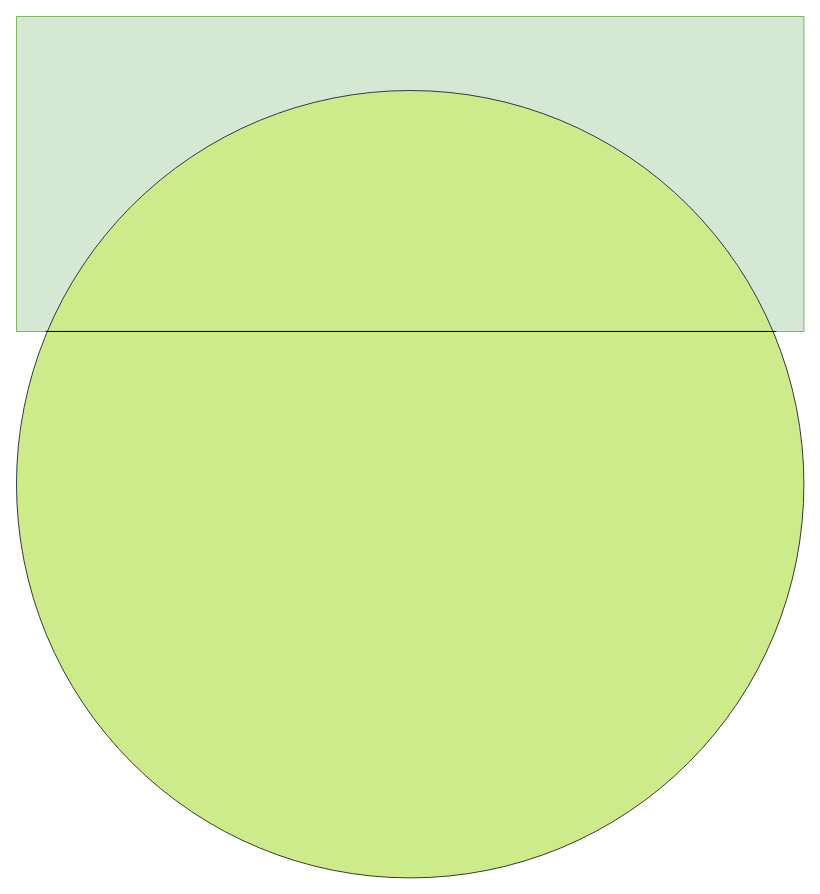
The draw.io diagram BF_ratioed.drawio in eldritch-bender/DRBG, before the edit. Source tidied: cells renumbered, new cells numbered last; positions are measured from the earlier drawing's top-left corner, leaving out a move shared by most shapes. Both pictures are drawn from the tidied source at 100%, with x=0, y=0 at pixel (16, 16).
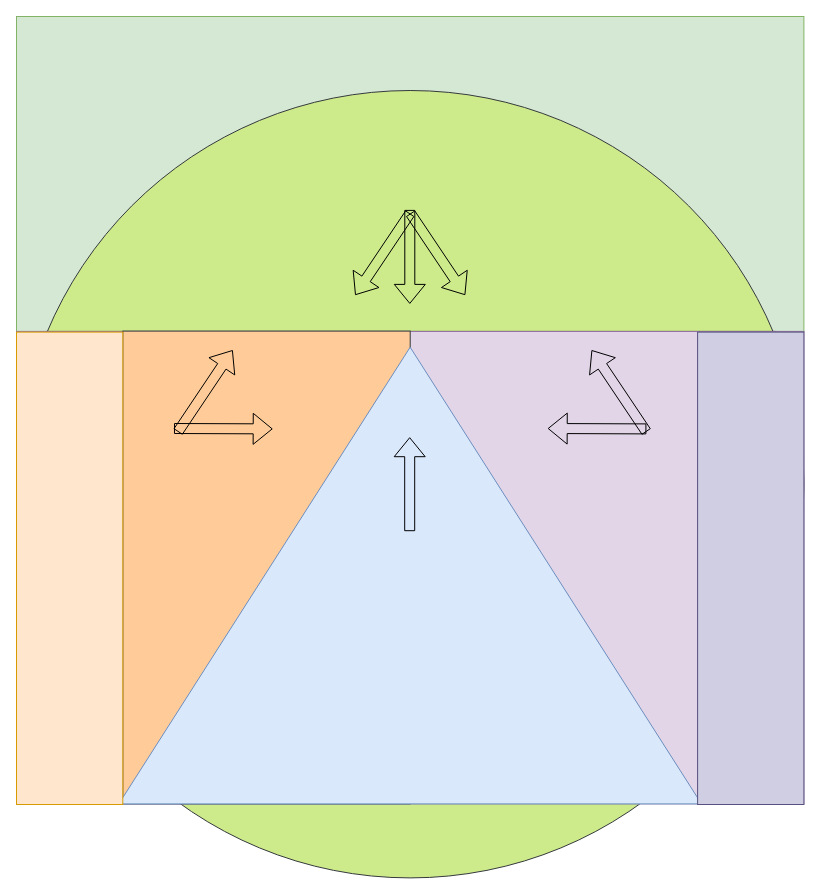
The same diagram, later.

What changed in the source:
```diff
@@
+    <mxCell id="5" style="rounded=0;whiteSpace=wrap;html=1;fillColor=#e1d5e7;strokeColor=#9673a6;" parent="1" vertex="1">
+      <mxGeometry y="314.9" width="787.4" height="472.4" as="geometry" />
+    </mxCell>
+    <mxCell id="6" style="rounded=0;whiteSpace=wrap;html=1;fillColor=#ffcc99;strokeColor=#36393d;" parent="1" vertex="1">
+      <mxGeometry x="106.3" y="314.6" width="287.4" height="472.8" as="geometry" />
+    </mxCell>
+    <mxCell id="7" style="triangle;whiteSpace=wrap;html=1;rotation=-90;fillColor=#dae8fc;strokeColor=#6c8ebf;" parent="1" vertex="1">
+      <mxGeometry x="165.3" y="267.7" width="456.7" height="582.7" as="geometry" />
+    </mxCell>
+    <mxCell id="8" style="rounded=0;whiteSpace=wrap;html=1;fillColor=#d0cee2;strokeColor=#56517e;" parent="1" vertex="1">
+      <mxGeometry x="681.1" y="315.6" width="106.3" height="472.4" as="geometry" />
+    </mxCell>
+    <mxCell id="9" style="shape=flexArrow;endArrow=classic;html=1;rounded=0;" parent="1" edge="1">
+      <mxGeometry relative="1" as="geometry">
+        <mxPoint x="393.2" y="514.7" as="sourcePoint" />
+        <mxPoint x="393.2" y="420.7" as="targetPoint" />
+      </mxGeometry>
+    </mxCell>
+    <mxCell id="10" style="shape=flexArrow;endArrow=classic;html=1;rounded=0;" parent="1" edge="1">
+      <mxGeometry relative="1" as="geometry">
+        <mxPoint x="393.3" y="193.4" as="sourcePoint" />
+        <mxPoint x="393.3" y="287.4" as="targetPoint" />
+      </mxGeometry>
+    </mxCell>
+    <mxCell id="11" style="shape=flexArrow;endArrow=classic;html=1;rounded=0;" parent="1" edge="1">
+      <mxGeometry relative="1" as="geometry">
+        <mxPoint x="393.9" y="196.8" as="sourcePoint" />
+        <mxPoint x="448.7" y="278.6" as="targetPoint" />
+      </mxGeometry>
+    </mxCell>
+    <mxCell id="12" style="shape=flexArrow;endArrow=classic;html=1;rounded=0;" parent="1" edge="1">
+      <mxGeometry relative="1" as="geometry">
+        <mxPoint x="393.5" y="196.8" as="sourcePoint" />
+        <mxPoint x="338.7" y="278.6" as="targetPoint" />
+      </mxGeometry>
+    </mxCell>
+    <mxCell id="13" style="shape=flexArrow;endArrow=classic;html=1;rounded=0;" parent="1" edge="1">
+      <mxGeometry relative="1" as="geometry">
+        <mxPoint x="629.9" y="412.4" as="sourcePoint" />
+        <mxPoint x="531.2" y="412" as="targetPoint" />
+      </mxGeometry>
+    </mxCell>
+    <mxCell id="14" style="shape=flexArrow;endArrow=classic;html=1;rounded=0;" parent="1" edge="1">
+      <mxGeometry relative="1" as="geometry">
+        <mxPoint x="157.5" y="412" as="sourcePoint" />
+        <mxPoint x="256.2" y="412.4" as="targetPoint" />
+      </mxGeometry>
+    </mxCell>
+    <mxCell id="15" style="shape=flexArrow;endArrow=classic;html=1;rounded=0;" parent="1" edge="1">
+      <mxGeometry relative="1" as="geometry">
+        <mxPoint x="161.4" y="415.4" as="sourcePoint" />
+        <mxPoint x="216.2" y="333.6" as="targetPoint" />
+      </mxGeometry>
+    </mxCell>
+    <mxCell id="16" style="shape=flexArrow;endArrow=classic;html=1;rounded=0;" parent="1" edge="1">
+      <mxGeometry relative="1" as="geometry">
+        <mxPoint x="629.9" y="415.4" as="sourcePoint" />
+        <mxPoint x="575.1" y="333.6" as="targetPoint" />
+      </mxGeometry>
+    </mxCell>
+    <mxCell id="17" style="rounded=0;whiteSpace=wrap;html=1;fillColor=#ffe6cc;strokeColor=#d79b00;" parent="1" vertex="1">
+      <mxGeometry y="315.6" width="106.3" height="472.4" as="geometry" />
+    </mxCell>
```
